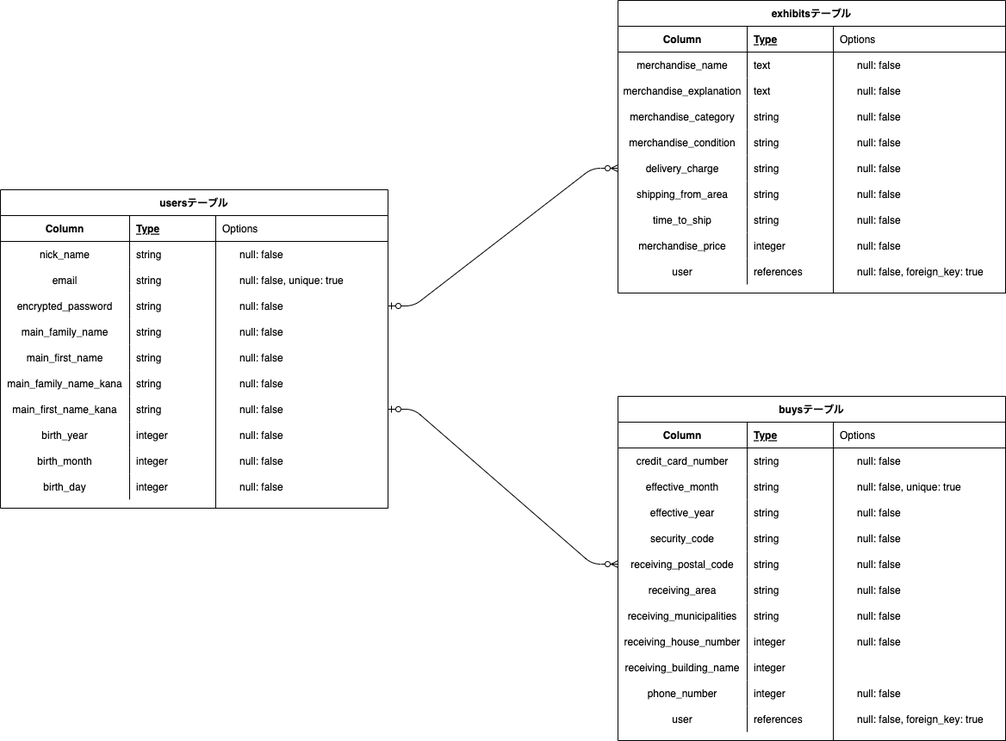
The draw.io diagram DB.png in haruki121113/furima-38493, before a commit. Source tidied: cells renumbered, new cells last; positions are measured from the earlier drawing's top-left corner, leaving out a move shared by most shapes.
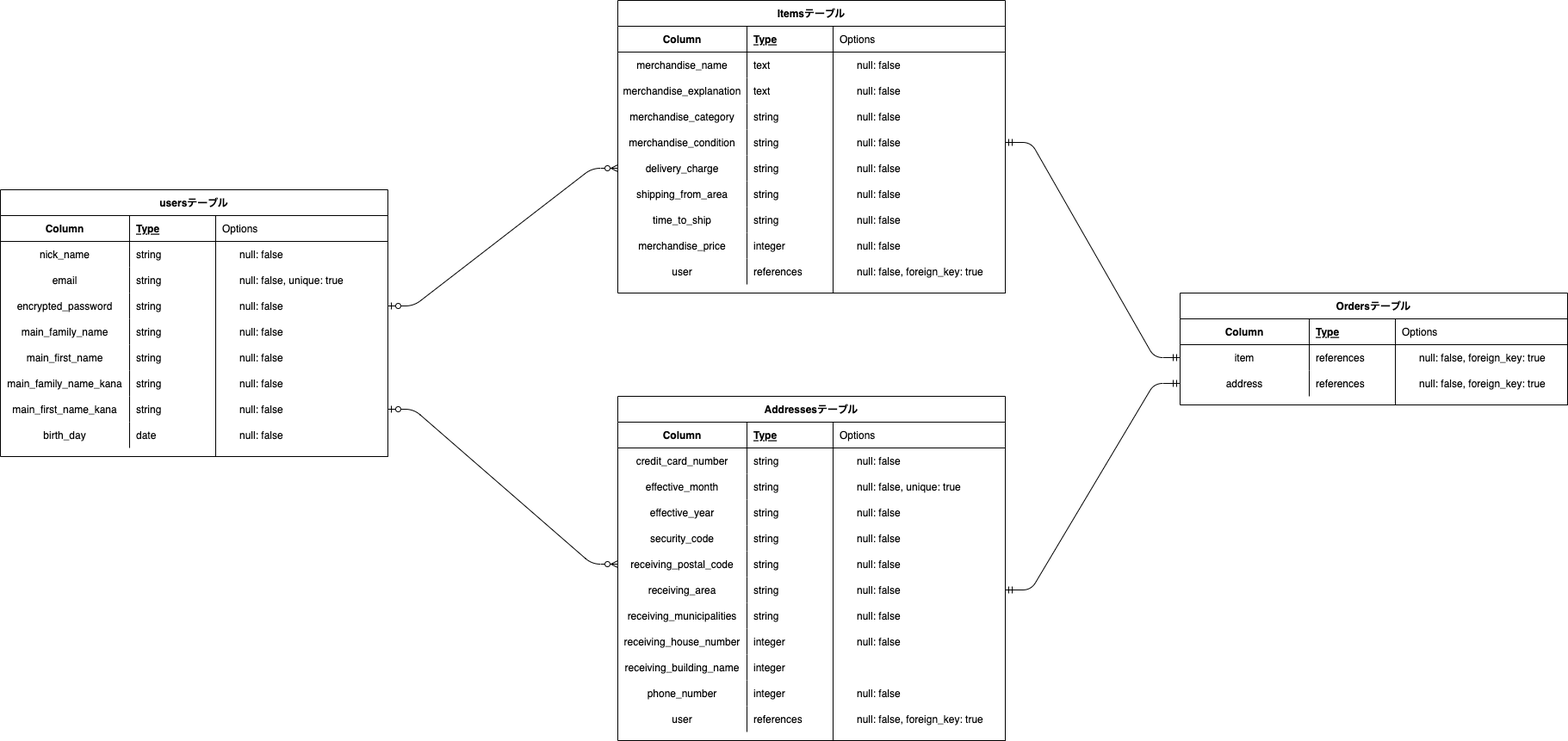
The same diagram one commit later.

What changed in the source:
```diff
@@ -3,7 +3,7 @@
     <mxCell id="0" />
     <mxCell id="1" parent="0" />
     <mxCell id="2" value="usersテーブル" style="shape=table;startSize=30;rowLines=0;fontStyle=1;align=center;" parent="1" vertex="1">
-      <mxGeometry y="220" width="450" height="370" as="geometry" />
+      <mxGeometry y="220" width="450" height="310" as="geometry" />
     </mxCell>
     <mxCell id="3" style="shape=partialRectangle;fillColor=none;top=0;left=0;bottom=1;right=0;" parent="2" vertex="1">
       <mxGeometry y="30" width="450" height="30" as="geometry" />
@@ -77,35 +77,17 @@
     <mxCell id="26" value="string" style="shape=partialRectangle;fillColor=none;top=0;left=0;bottom=0;right=0;align=left;spacingLeft=6;overflow=hidden;" parent="24" vertex="1">
       <mxGeometry x="150" width="300" height="30" as="geometry" />
     </mxCell>
-    <mxCell id="27" style="shape=partialRectangle;fillColor=none;top=0;left=0;bottom=0;right=0;" parent="2" vertex="1">
-      <mxGeometry y="270" width="450" height="30" as="geometry" />
-    </mxCell>
-    <mxCell id="28" value="birth_year" style="shape=partialRectangle;fillColor=none;top=0;left=0;bottom=0;right=0;overflow=hidden;" parent="27" vertex="1">
-      <mxGeometry width="150" height="30" as="geometry" />
-    </mxCell>
-    <mxCell id="29" value="integer" style="shape=partialRectangle;fillColor=none;top=0;left=0;bottom=0;right=0;align=left;spacingLeft=6;overflow=hidden;" parent="27" vertex="1">
-      <mxGeometry x="150" width="300" height="30" as="geometry" />
-    </mxCell>
-    <mxCell id="30" style="shape=partialRectangle;fillColor=none;top=0;left=0;bottom=0;right=0;" parent="2" vertex="1">
-      <mxGeometry y="300" width="450" height="30" as="geometry" />
-    </mxCell>
-    <mxCell id="31" value="birth_month" style="shape=partialRectangle;fillColor=none;top=0;left=0;bottom=0;right=0;overflow=hidden;" parent="30" vertex="1">
-      <mxGeometry width="150" height="30" as="geometry" />
-    </mxCell>
-    <mxCell id="32" value="integer" style="shape=partialRectangle;fillColor=none;top=0;left=0;bottom=0;right=0;align=left;spacingLeft=6;overflow=hidden;" parent="30" vertex="1">
-      <mxGeometry x="150" width="300" height="30" as="geometry" />
-    </mxCell>
     <mxCell id="33" style="shape=partialRectangle;fillColor=none;top=0;left=0;bottom=0;right=0;" parent="2" vertex="1">
-      <mxGeometry y="330" width="450" height="30" as="geometry" />
+      <mxGeometry y="270" width="450" height="30" as="geometry" />
     </mxCell>
     <mxCell id="34" value="birth_day" style="shape=partialRectangle;fillColor=none;top=0;left=0;bottom=0;right=0;overflow=hidden;" parent="33" vertex="1">
       <mxGeometry width="150" height="30" as="geometry" />
     </mxCell>
-    <mxCell id="35" value="integer" style="shape=partialRectangle;fillColor=none;top=0;left=0;bottom=0;right=0;align=left;spacingLeft=6;overflow=hidden;" parent="33" vertex="1">
+    <mxCell id="35" value="date" style="shape=partialRectangle;fillColor=none;top=0;left=0;bottom=0;right=0;align=left;spacingLeft=6;overflow=hidden;" parent="33" vertex="1">
       <mxGeometry x="150" width="300" height="30" as="geometry" />
     </mxCell>
     <mxCell id="36" style="rounded=0;whiteSpace=wrap;html=1;shadow=0;fillColor=none;" parent="1" vertex="1">
-      <mxGeometry x="250" y="250" width="200" height="340" as="geometry" />
+      <mxGeometry x="250" y="250" width="200" height="280" as="geometry" />
     </mxCell>
     <mxCell id="37" style="shape=table;startSize=0;rowLines=0;fontStyle=0;align=center;strokeColor=none;fillColor=none;shadow=0;" parent="1" vertex="1">
       <mxGeometry x="250" y="280" width="200" height="300" as="geometry" />
@@ -188,7 +170,7 @@
     <mxCell id="63" style="shape=partialRectangle;fillColor=none;top=0;left=0;bottom=0;right=0;overflow=hidden;shadow=0;" parent="62" vertex="1">
       <mxGeometry width="20" height="30" as="geometry" />
     </mxCell>
-    <mxCell id="64" value="null: false" style="shape=partialRectangle;fillColor=none;top=0;left=0;bottom=0;right=0;align=left;spacingLeft=6;overflow=hidden;shadow=0;" parent="62" vertex="1">
+    <mxCell id="64" style="shape=partialRectangle;fillColor=none;top=0;left=0;bottom=0;right=0;align=left;spacingLeft=6;overflow=hidden;shadow=0;" parent="62" vertex="1">
       <mxGeometry x="20" width="180" height="30" as="geometry" />
     </mxCell>
     <mxCell id="65" style="shape=partialRectangle;fillColor=none;top=0;left=0;bottom=0;right=0;shadow=0;" parent="37" vertex="1">
@@ -197,7 +179,7 @@
     <mxCell id="66" style="shape=partialRectangle;fillColor=none;top=0;left=0;bottom=0;right=0;overflow=hidden;shadow=0;" parent="65" vertex="1">
       <mxGeometry width="20" height="30" as="geometry" />
     </mxCell>
-    <mxCell id="67" value="null: false" style="shape=partialRectangle;fillColor=none;top=0;left=0;bottom=0;right=0;align=left;spacingLeft=6;overflow=hidden;shadow=0;" parent="65" vertex="1">
+    <mxCell id="67" style="shape=partialRectangle;fillColor=none;top=0;left=0;bottom=0;right=0;align=left;spacingLeft=6;overflow=hidden;shadow=0;" parent="65" vertex="1">
       <mxGeometry x="20" width="180" height="30" as="geometry" />
     </mxCell>
     <mxCell id="68" style="shape=table;startSize=0;rowLines=0;fontStyle=0;align=center;strokeColor=none;fillColor=none;shadow=0;" parent="1" vertex="1">
@@ -212,7 +194,7 @@
     <mxCell id="71" value="Options" style="shape=partialRectangle;fillColor=none;top=0;left=0;bottom=0;right=0;align=left;spacingLeft=6;overflow=hidden;shadow=0;" parent="69" vertex="1">
       <mxGeometry x="30" width="150" height="30" as="geometry" />
     </mxCell>
-    <mxCell id="72" value="exhibitsテーブル" style="shape=table;startSize=30;rowLines=0;fontStyle=1;align=center;" parent="1" vertex="1">
+    <mxCell id="72" value="Itemsテーブル" style="shape=table;startSize=30;rowLines=0;fontStyle=1;align=center;" parent="1" vertex="1">
       <mxGeometry x="717" width="450" height="340" as="geometry" />
     </mxCell>
     <mxCell id="73" style="shape=partialRectangle;fillColor=none;top=0;left=0;bottom=1;right=0;" parent="72" vertex="1">
@@ -413,7 +395,7 @@
     <mxCell id="138" value="Options" style="shape=partialRectangle;fillColor=none;top=0;left=0;bottom=0;right=0;align=left;spacingLeft=6;overflow=hidden;shadow=0;" parent="136" vertex="1">
       <mxGeometry x="30" width="150" height="30" as="geometry" />
     </mxCell>
-    <mxCell id="139" value="buysテーブル" style="shape=table;startSize=30;rowLines=0;fontStyle=1;align=center;" parent="1" vertex="1">
+    <mxCell id="139" value="Addressesテーブル" style="shape=table;startSize=30;rowLines=0;fontStyle=1;align=center;" parent="1" vertex="1">
       <mxGeometry x="717" y="460" width="450" height="400" as="geometry" />
     </mxCell>
     <mxCell id="140" style="shape=partialRectangle;fillColor=none;top=0;left=0;bottom=1;right=0;" parent="139" vertex="1">
@@ -647,5 +629,158 @@
     <mxCell id="216" style="edgeStyle=entityRelationEdgeStyle;fontSize=12;html=1;endArrow=ERzeroToMany;startArrow=ERzeroToOne;exitX=1;exitY=0.5;exitDx=0;exitDy=0;entryX=0;entryY=0.5;entryDx=0;entryDy=0;" parent="1" edge="1" source="56" target="155">
       <mxGeometry relative="1" as="geometry" />
     </mxCell>
+    <mxCell id="217" value="Ordersテーブル" style="shape=table;startSize=30;rowLines=0;fontStyle=1;align=center;" parent="1" vertex="1">
+      <mxGeometry x="1370" y="340" width="450" height="130" as="geometry" />
+    </mxCell>
+    <mxCell id="218" style="shape=partialRectangle;fillColor=none;top=0;left=0;bottom=1;right=0;" parent="217" vertex="1">
+      <mxGeometry y="30" width="450" height="30" as="geometry" />
+    </mxCell>
+    <mxCell id="219" value="Column" style="shape=partialRectangle;fillColor=none;top=0;left=0;bottom=0;right=0;fontStyle=1;overflow=hidden;" parent="218" vertex="1">
+      <mxGeometry width="150" height="30" as="geometry" />
+    </mxCell>
+    <mxCell id="220" value="Type" style="shape=partialRectangle;fillColor=none;top=0;left=0;bottom=0;right=0;align=left;spacingLeft=6;fontStyle=5;overflow=hidden;" parent="218" vertex="1">
+      <mxGeometry x="150" width="300" height="30" as="geometry" />
+    </mxCell>
+    <mxCell id="221" style="shape=partialRectangle;fillColor=none;top=0;left=0;bottom=0;right=0;points=[[0,0.5],[1,0.5]];portConstraint=eastwest;" parent="217" vertex="1">
+      <mxGeometry y="60" width="450" height="30" as="geometry" />
+    </mxCell>
+    <mxCell id="222" value="item" style="shape=partialRectangle;fillColor=none;top=0;left=0;bottom=0;right=0;overflow=hidden;perimeterSpacing=0;" parent="221" vertex="1">
+      <mxGeometry width="150" height="30" as="geometry" />
+    </mxCell>
+    <mxCell id="223" value="references" style="shape=partialRectangle;fillColor=none;top=0;left=0;bottom=0;right=0;align=left;spacingLeft=6;overflow=hidden;" parent="221" vertex="1">
+      <mxGeometry x="150" width="300" height="30" as="geometry" />
+    </mxCell>
+    <mxCell id="224" style="shape=partialRectangle;fillColor=none;top=0;left=0;bottom=0;right=0;points=[[0,0.5],[1,0.5]];portConstraint=eastwest;" parent="217" vertex="1">
+      <mxGeometry y="90" width="450" height="30" as="geometry" />
+    </mxCell>
+    <mxCell id="225" value="address" style="shape=partialRectangle;fillColor=none;top=0;left=0;bottom=0;right=0;overflow=hidden;" parent="224" vertex="1">
+      <mxGeometry width="150" height="30" as="geometry" />
+    </mxCell>
+    <mxCell id="226" value="references" style="shape=partialRectangle;fillColor=none;top=0;left=0;bottom=0;right=0;align=left;spacingLeft=6;overflow=hidden;" parent="224" vertex="1">
+      <mxGeometry x="150" width="300" height="30" as="geometry" />
+    </mxCell>
+    <mxCell id="227" style="rounded=0;whiteSpace=wrap;html=1;shadow=0;fillColor=none;" parent="1" vertex="1">
+      <mxGeometry x="1620" y="370" width="200" height="100" as="geometry" />
+    </mxCell>
+    <mxCell id="228" style="shape=table;startSize=0;rowLines=0;fontStyle=0;align=center;strokeColor=none;fillColor=none;shadow=0;" parent="1" vertex="1">
+      <mxGeometry x="1620" y="400" width="200" height="330" as="geometry" />
+    </mxCell>
+    <mxCell id="229" style="shape=partialRectangle;fillColor=none;top=0;left=0;bottom=0;right=0;shadow=0;" parent="228" vertex="1">
+      <mxGeometry width="200" height="30" as="geometry" />
+    </mxCell>
+    <mxCell id="230" style="shape=partialRectangle;fillColor=none;top=0;left=0;bottom=0;right=0;overflow=hidden;shadow=0;" parent="229" vertex="1">
+      <mxGeometry width="20" height="30" as="geometry" />
+    </mxCell>
+    <mxCell id="231" value="null: false, foreign_key: true" style="shape=partialRectangle;fillColor=none;top=0;left=0;bottom=0;right=0;align=left;spacingLeft=6;overflow=hidden;shadow=0;" parent="229" vertex="1">
+      <mxGeometry x="20" width="180" height="30" as="geometry" />
+    </mxCell>
+    <mxCell id="232" style="shape=partialRectangle;fillColor=none;top=0;left=0;bottom=0;right=0;shadow=0;" parent="228" vertex="1">
+      <mxGeometry y="30" width="200" height="30" as="geometry" />
+    </mxCell>
+    <mxCell id="233" style="shape=partialRectangle;fillColor=none;top=0;left=0;bottom=0;right=0;overflow=hidden;shadow=0;" parent="232" vertex="1">
+      <mxGeometry width="20" height="30" as="geometry" />
+    </mxCell>
+    <mxCell id="234" value="null: false, foreign_key: true" style="shape=partialRectangle;fillColor=none;top=0;left=0;bottom=0;right=0;align=left;spacingLeft=6;overflow=hidden;shadow=0;" parent="232" vertex="1">
+      <mxGeometry x="20" width="180" height="30" as="geometry" />
+    </mxCell>
+    <mxCell id="235" style="shape=partialRectangle;fillColor=none;top=0;left=0;bottom=0;right=0;shadow=0;" parent="228" vertex="1">
+      <mxGeometry y="60" width="200" height="30" as="geometry" />
+    </mxCell>
+    <mxCell id="236" style="shape=partialRectangle;fillColor=none;top=0;left=0;bottom=0;right=0;overflow=hidden;shadow=0;" parent="235" vertex="1">
+      <mxGeometry width="20" height="30" as="geometry" />
+    </mxCell>
+    <mxCell id="237" style="shape=partialRectangle;fillColor=none;top=0;left=0;bottom=0;right=0;align=left;spacingLeft=6;overflow=hidden;shadow=0;" parent="235" vertex="1">
+      <mxGeometry x="20" width="180" height="30" as="geometry" />
+    </mxCell>
+    <mxCell id="238" style="shape=partialRectangle;fillColor=none;top=0;left=0;bottom=0;right=0;shadow=0;" parent="228" vertex="1">
+      <mxGeometry y="90" width="200" height="30" as="geometry" />
+    </mxCell>
+    <mxCell id="239" style="shape=partialRectangle;fillColor=none;top=0;left=0;bottom=0;right=0;overflow=hidden;shadow=0;" parent="238" vertex="1">
+      <mxGeometry width="20" height="30" as="geometry" />
+    </mxCell>
+    <mxCell id="240" style="shape=partialRectangle;fillColor=none;top=0;left=0;bottom=0;right=0;align=left;spacingLeft=6;overflow=hidden;shadow=0;" parent="238" vertex="1">
+      <mxGeometry x="20" width="180" height="30" as="geometry" />
+    </mxCell>
+    <mxCell id="241" style="shape=partialRectangle;fillColor=none;top=0;left=0;bottom=0;right=0;shadow=0;" parent="228" vertex="1">
+      <mxGeometry y="120" width="200" height="30" as="geometry" />
+    </mxCell>
+    <mxCell id="242" style="shape=partialRectangle;fillColor=none;top=0;left=0;bottom=0;right=0;overflow=hidden;shadow=0;" parent="241" vertex="1">
+      <mxGeometry width="20" height="30" as="geometry" />
+    </mxCell>
+    <mxCell id="243" style="shape=partialRectangle;fillColor=none;top=0;left=0;bottom=0;right=0;align=left;spacingLeft=6;overflow=hidden;shadow=0;" parent="241" vertex="1">
+      <mxGeometry x="20" width="180" height="30" as="geometry" />
+    </mxCell>
+    <mxCell id="244" style="shape=partialRectangle;fillColor=none;top=0;left=0;bottom=0;right=0;shadow=0;" parent="228" vertex="1">
+      <mxGeometry y="150" width="200" height="30" as="geometry" />
+    </mxCell>
+    <mxCell id="245" style="shape=partialRectangle;fillColor=none;top=0;left=0;bottom=0;right=0;overflow=hidden;shadow=0;" parent="244" vertex="1">
+      <mxGeometry width="20" height="30" as="geometry" />
+    </mxCell>
+    <mxCell id="246" style="shape=partialRectangle;fillColor=none;top=0;left=0;bottom=0;right=0;align=left;spacingLeft=6;overflow=hidden;shadow=0;" parent="244" vertex="1">
+      <mxGeometry x="20" width="180" height="30" as="geometry" />
+    </mxCell>
+    <mxCell id="247" style="shape=partialRectangle;fillColor=none;top=0;left=0;bottom=0;right=0;shadow=0;" parent="228" vertex="1">
+      <mxGeometry y="180" width="200" height="30" as="geometry" />
+    </mxCell>
+    <mxCell id="248" style="shape=partialRectangle;fillColor=none;top=0;left=0;bottom=0;right=0;overflow=hidden;shadow=0;" parent="247" vertex="1">
+      <mxGeometry width="20" height="30" as="geometry" />
+    </mxCell>
+    <mxCell id="249" style="shape=partialRectangle;fillColor=none;top=0;left=0;bottom=0;right=0;align=left;spacingLeft=6;overflow=hidden;shadow=0;" parent="247" vertex="1">
+      <mxGeometry x="20" width="180" height="30" as="geometry" />
+    </mxCell>
+    <mxCell id="250" style="shape=partialRectangle;fillColor=none;top=0;left=0;bottom=0;right=0;shadow=0;" parent="228" vertex="1">
+      <mxGeometry y="210" width="200" height="30" as="geometry" />
+    </mxCell>
+    <mxCell id="251" style="shape=partialRectangle;fillColor=none;top=0;left=0;bottom=0;right=0;overflow=hidden;shadow=0;" parent="250" vertex="1">
+      <mxGeometry width="20" height="30" as="geometry" />
+    </mxCell>
+    <mxCell id="252" style="shape=partialRectangle;fillColor=none;top=0;left=0;bottom=0;right=0;align=left;spacingLeft=6;overflow=hidden;shadow=0;" parent="250" vertex="1">
+      <mxGeometry x="20" width="180" height="30" as="geometry" />
+    </mxCell>
+    <mxCell id="253" style="shape=partialRectangle;fillColor=none;top=0;left=0;bottom=0;right=0;shadow=0;" parent="228" vertex="1">
+      <mxGeometry y="240" width="200" height="30" as="geometry" />
+    </mxCell>
+    <mxCell id="254" style="shape=partialRectangle;fillColor=none;top=0;left=0;bottom=0;right=0;overflow=hidden;shadow=0;" parent="253" vertex="1">
+      <mxGeometry width="20" height="30" as="geometry" />
+    </mxCell>
+    <mxCell id="255" style="shape=partialRectangle;fillColor=none;top=0;left=0;bottom=0;right=0;align=left;spacingLeft=6;overflow=hidden;shadow=0;" parent="253" vertex="1">
+      <mxGeometry x="20" width="180" height="30" as="geometry" />
+    </mxCell>
+    <mxCell id="256" style="shape=partialRectangle;fillColor=none;top=0;left=0;bottom=0;right=0;shadow=0;" parent="228" vertex="1">
+      <mxGeometry y="270" width="200" height="30" as="geometry" />
+    </mxCell>
+    <mxCell id="257" style="shape=partialRectangle;fillColor=none;top=0;left=0;bottom=0;right=0;overflow=hidden;shadow=0;" parent="256" vertex="1">
+      <mxGeometry width="20" height="30" as="geometry" />
+    </mxCell>
+    <mxCell id="258" style="shape=partialRectangle;fillColor=none;top=0;left=0;bottom=0;right=0;align=left;spacingLeft=6;overflow=hidden;shadow=0;" parent="256" vertex="1">
+      <mxGeometry x="20" width="180" height="30" as="geometry" />
+    </mxCell>
+    <mxCell id="259" style="shape=partialRectangle;fillColor=none;top=0;left=0;bottom=0;right=0;shadow=0;" parent="228" vertex="1">
+      <mxGeometry y="300" width="200" height="30" as="geometry" />
+    </mxCell>
+    <mxCell id="260" style="shape=partialRectangle;fillColor=none;top=0;left=0;bottom=0;right=0;overflow=hidden;shadow=0;" parent="259" vertex="1">
+      <mxGeometry width="20" height="30" as="geometry" />
+    </mxCell>
+    <mxCell id="261" style="shape=partialRectangle;fillColor=none;top=0;left=0;bottom=0;right=0;align=left;spacingLeft=6;overflow=hidden;shadow=0;" parent="259" vertex="1">
+      <mxGeometry x="20" width="180" height="30" as="geometry" />
+    </mxCell>
+    <mxCell id="262" style="shape=table;startSize=0;rowLines=0;fontStyle=0;align=center;strokeColor=none;fillColor=none;shadow=0;" parent="1" vertex="1">
+      <mxGeometry x="1590" y="370" width="180" height="30" as="geometry" />
+    </mxCell>
+    <mxCell id="263" style="shape=partialRectangle;fillColor=none;top=0;left=0;bottom=0;right=0;shadow=0;" parent="262" vertex="1">
+      <mxGeometry width="180" height="30" as="geometry" />
+    </mxCell>
+    <mxCell id="264" style="shape=partialRectangle;fillColor=none;top=0;left=0;bottom=0;right=0;overflow=hidden;shadow=0;" parent="263" vertex="1">
+      <mxGeometry width="30" height="30" as="geometry" />
+    </mxCell>
+    <mxCell id="265" value="Options" style="shape=partialRectangle;fillColor=none;top=0;left=0;bottom=0;right=0;align=left;spacingLeft=6;overflow=hidden;shadow=0;" parent="263" vertex="1">
+      <mxGeometry x="30" width="150" height="30" as="geometry" />
+    </mxCell>
+    <mxCell id="266" style="edgeStyle=entityRelationEdgeStyle;fontSize=12;html=1;endArrow=ERmandOne;startArrow=ERmandOne;exitX=1;exitY=0.5;exitDx=0;exitDy=0;entryX=0;entryY=0.5;entryDx=0;entryDy=0;" parent="1" edge="1" source="193" target="224">
+      <mxGeometry relative="1" as="geometry" />
+    </mxCell>
+    <mxCell id="267" style="edgeStyle=entityRelationEdgeStyle;fontSize=12;html=1;endArrow=ERmandOne;startArrow=ERmandOne;exitX=1;exitY=0.5;exitDx=0;exitDy=0;entryX=0;entryY=0.5;entryDx=0;entryDy=0;" parent="1" edge="1" source="114" target="221">
+      <mxGeometry relative="1" as="geometry" />
+    </mxCell>
   </root>
 </mxGraphModel>
```
